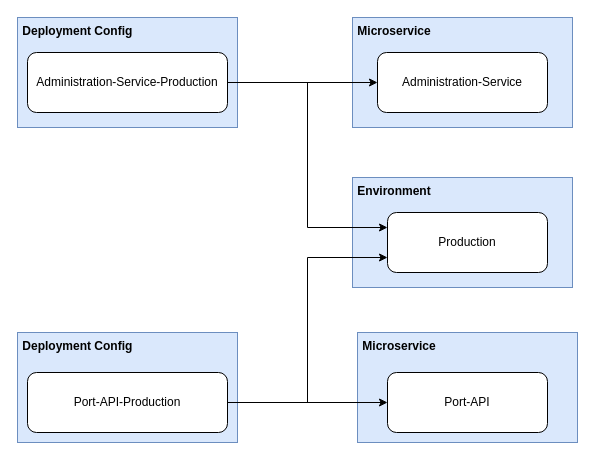
Earlier version of the draw.io diagram drawio/search-direction-diagram.drawio (port-labs/port-docs). Source tidied: cells renumbered, new cells numbered last; positions are measured from the earlier drawing's top-left corner, leaving out a move shared by most shapes. Both pictures are drawn from the tidied source at 100%, with x=0, y=0 at pixel (17, 17).
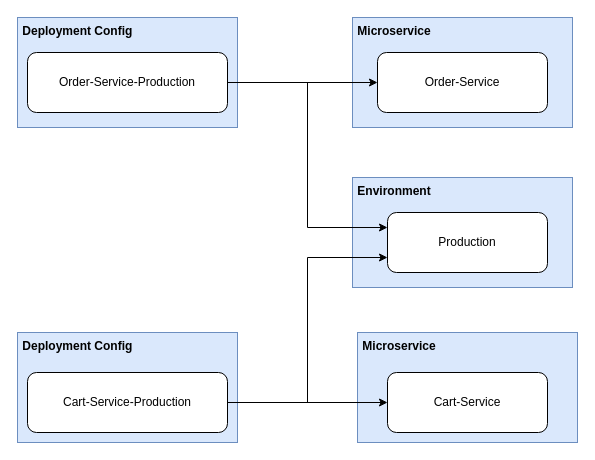
After the change.

Commit message (it also covers changes not shown here):
Update direction example to generic services

Change to the diagram source:
```diff
@@
-<mxGraphModel>
+<mxGraphModel background="#ffffff">
   <root>
     <mxCell id="0" />
     <mxCell id="1" parent="0" />
     <mxCell id="2" value="&lt;b&gt;&amp;nbsp;Environment&lt;/b&gt;" style="rounded=0;whiteSpace=wrap;html=1;align=left;verticalAlign=top;fillColor=#dae8fc;strokeColor=#6c8ebf;" parent="1" vertex="1">
       <mxGeometry x="335" y="160" width="220" height="110" as="geometry" />
     </mxCell>
     <mxCell id="3" value="&lt;b&gt;&amp;nbsp;Microservice&lt;/b&gt;" style="rounded=0;whiteSpace=wrap;html=1;align=left;verticalAlign=top;fillColor=#dae8fc;strokeColor=#6c8ebf;" parent="1" vertex="1">
       <mxGeometry x="335" width="220" height="110" as="geometry" />
     </mxCell>
     <mxCell id="4" value="&lt;b&gt;&amp;nbsp;Microservice&lt;/b&gt;" style="rounded=0;whiteSpace=wrap;html=1;align=left;verticalAlign=top;fillColor=#dae8fc;strokeColor=#6c8ebf;" parent="1" vertex="1">
       <mxGeometry x="340" y="315" width="220" height="110" as="geometry" />
     </mxCell>
     <mxCell id="5" value="&lt;b&gt;&amp;nbsp;Deployment Config&lt;/b&gt;" style="rounded=0;whiteSpace=wrap;html=1;align=left;verticalAlign=top;fillColor=#dae8fc;strokeColor=#6c8ebf;" parent="1" vertex="1">
       <mxGeometry width="220" height="110" as="geometry" />
     </mxCell>
     <mxCell id="6" value="&lt;b&gt;&amp;nbsp;Deployment Config&lt;/b&gt;" style="rounded=0;whiteSpace=wrap;html=1;align=left;verticalAlign=top;fillColor=#dae8fc;strokeColor=#6c8ebf;" parent="1" vertex="1">
       <mxGeometry y="315" width="220" height="110" as="geometry" />
     </mxCell>
     <mxCell id="7" style="edgeStyle=orthogonalEdgeStyle;rounded=0;jettySize=auto;html=1;entryX=0;entryY=0.25;entryDx=0;entryDy=0;" parent="1" edge="1" source="9" target="11">
       <mxGeometry relative="1" as="geometry" />
     </mxCell>
     <mxCell id="8" style="edgeStyle=orthogonalEdgeStyle;rounded=0;jettySize=auto;html=1;entryX=0;entryY=0.5;entryDx=0;entryDy=0;" parent="1" edge="1" source="9" target="10">
       <mxGeometry relative="1" as="geometry" />
     </mxCell>
-    <mxCell id="9" value="Administration-Service-Production" style="rounded=1;whiteSpace=wrap;html=1;" parent="1" vertex="1">
+    <mxCell id="9" value="Order-Service-Production" style="rounded=1;whiteSpace=wrap;html=1;" parent="1" vertex="1">
       <mxGeometry x="10" y="35" width="200" height="60" as="geometry" />
     </mxCell>
-    <mxCell id="10" value="Administration-Service" style="rounded=1;whiteSpace=wrap;html=1;" parent="1" vertex="1">
+    <mxCell id="10" value="Order-Service" style="rounded=1;whiteSpace=wrap;html=1;" parent="1" vertex="1">
       <mxGeometry x="360" y="35" width="170" height="60" as="geometry" />
     </mxCell>
     <mxCell id="11" value="Production" style="rounded=1;whiteSpace=wrap;html=1;" parent="1" vertex="1">
       <mxGeometry x="370" y="195" width="160" height="60" as="geometry" />
     </mxCell>
-    <mxCell id="12" value="Port-API" style="rounded=1;whiteSpace=wrap;html=1;" parent="1" vertex="1">
+    <mxCell id="12" value="Cart-Service" style="rounded=1;whiteSpace=wrap;html=1;" parent="1" vertex="1">
       <mxGeometry x="370" y="355" width="160" height="60" as="geometry" />
     </mxCell>
     <mxCell id="13" style="edgeStyle=orthogonalEdgeStyle;rounded=0;jettySize=auto;html=1;entryX=0;entryY=0.5;entryDx=0;entryDy=0;" parent="1" edge="1" source="15" target="12">
       <mxGeometry relative="1" as="geometry" />
     </mxCell>
     <mxCell id="14" style="edgeStyle=orthogonalEdgeStyle;rounded=0;jettySize=auto;html=1;entryX=0;entryY=0.75;entryDx=0;entryDy=0;" parent="1" edge="1" source="15" target="11">
       <mxGeometry relative="1" as="geometry" />
     </mxCell>
-    <mxCell id="15" value="Port-API-Production" style="rounded=1;whiteSpace=wrap;html=1;" parent="1" vertex="1">
+    <mxCell id="15" value="Cart-Service-Production" style="rounded=1;whiteSpace=wrap;html=1;" parent="1" vertex="1">
       <mxGeometry x="10" y="355" width="200" height="60" as="geometry" />
     </mxCell>
   </root>
 </mxGraphModel>
```
